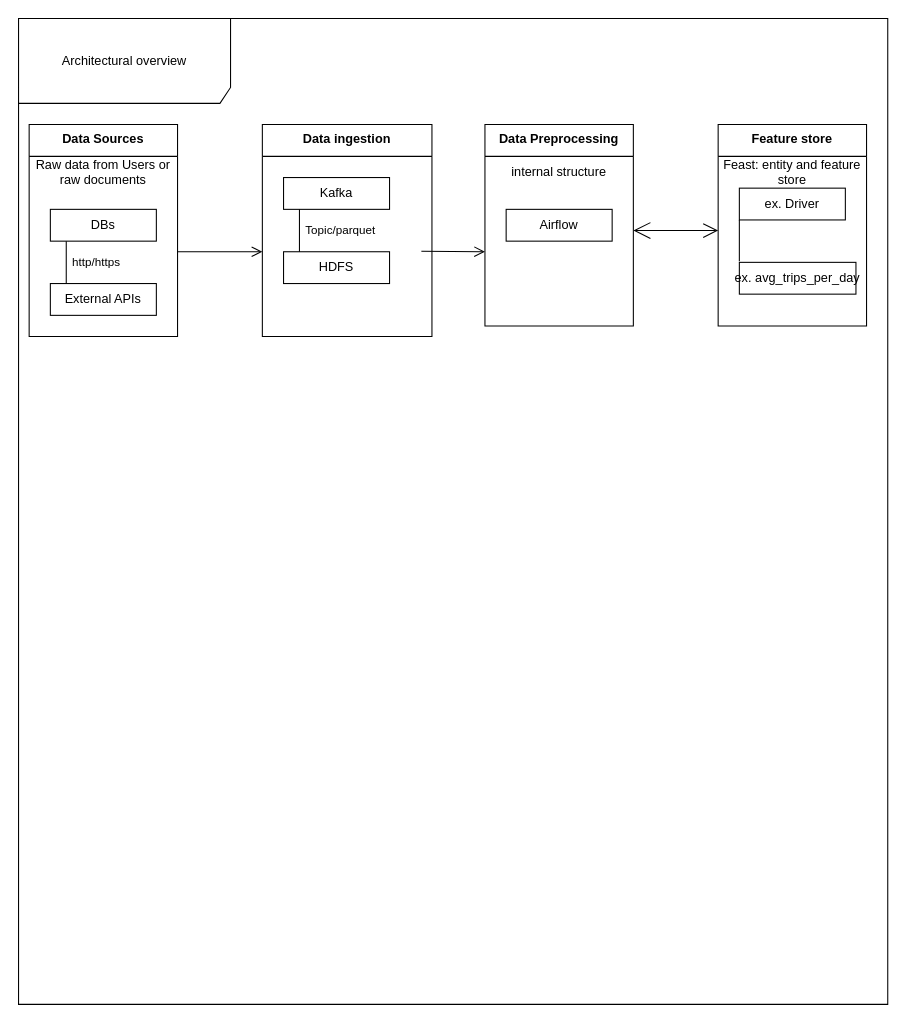
Above: Untitled Diagram.drawio in Sabutobi/vs_code_setup (draw.io), before the change. Source tidied: cells renumbered, new cells numbered last; positions are measured from the earlier drawing's top-left corner, leaving out a move shared by most shapes. Both pictures are drawn from the tidied source at 106%, with x=0, y=0 at pixel (18, 18).
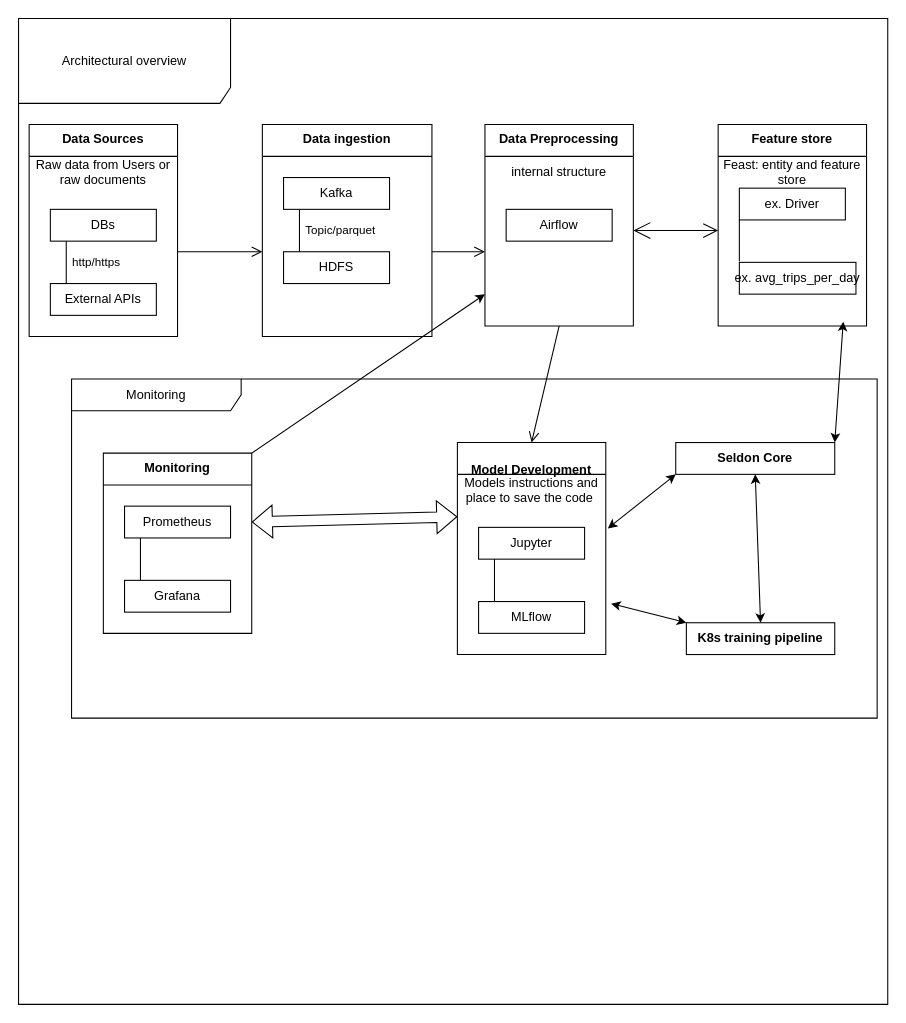
After the change.

The change refers to these unchanged cells:
```xml
<mxCell id="2" value="Architectural overview" style="shape=umlFrame;whiteSpace=wrap;html=1;width=200;height=80;" parent="1" vertex="1">
  <mxGeometry width="820" height="930" as="geometry" />
</mxCell>
<mxCell id="16" style="swimlane;fontStyle=1;align=center;verticalAlign=top;horizontal=1;startSize=0;html=1;strokeColor=none;fillColor=none;" parent="14" vertex="1">
  <mxGeometry y="60" width="140" height="130" as="geometry" />
</mxCell>
<mxCell id="22" style="swimlane;fontStyle=1;align=center;verticalAlign=top;horizontal=1;startSize=0;html=1;strokeColor=none;fillColor=none;" parent="20" vertex="1">
  <mxGeometry y="60" width="140" height="130" as="geometry" />
</mxCell>
```

What changed in the source:
```diff
@@
     <mxCell id="19" style="endArrow=open;startArrow=none;endFill=0;startFill=0;endSize=8;html=1;verticalAlign=bottom;labelBackgroundColor=none;strokeWidth=1;rounded=0;" parent="2" edge="1">
       <mxGeometry relative="1" as="geometry">
-        <mxPoint x="380" y="219.5" as="sourcePoint" />
+        <mxPoint x="390" y="220" as="sourcePoint" />
         <mxPoint x="440" y="220" as="targetPoint" />
       </mxGeometry>
     </mxCell>
@@
+    <mxCell id="27" style="endArrow=open;startArrow=none;endFill=0;startFill=0;endSize=8;html=1;verticalAlign=bottom;labelBackgroundColor=none;strokeWidth=1;rounded=0;exitX=0.5;exitY=1;exitDx=0;exitDy=0;entryX=0.5;entryY=0;entryDx=0;entryDy=0;" parent="2" edge="1" source="16" target="29">
+      <mxGeometry relative="1" as="geometry" />
+    </mxCell>
+    <mxCell id="28" value="Monitoring" style="shape=umlFrame;whiteSpace=wrap;html=1;width=160;" parent="2" vertex="1">
+      <mxGeometry x="50" y="340" width="760" height="320" as="geometry" />
+    </mxCell>
+    <mxCell id="29" value="&lt;p style=&quot;white-space-collapse: preserve;&quot; dir=&quot;auto&quot;&gt;Model Development&lt;/p&gt;" style="swimlane;fontStyle=1;align=center;verticalAlign=top;horizontal=1;startSize=30;html=1;whiteSpace=wrap;" parent="28" vertex="1">
+      <mxGeometry x="364" y="60" width="140" height="200" as="geometry" />
+    </mxCell>
+    <mxCell id="30" value="Models instructions and place to save the code&amp;nbsp;" style="html=1;strokeColor=none;fillColor=none;align=center;verticalAlign=middle;spacingLeft=4;spacingRight=4;whiteSpace=wrap;" parent="29" vertex="1">
+      <mxGeometry y="30" width="140" height="30" as="geometry" />
+    </mxCell>
+    <mxCell id="31" style="swimlane;fontStyle=1;align=center;verticalAlign=top;horizontal=1;startSize=0;html=1;strokeColor=none;fillColor=none;" parent="29" vertex="1">
+      <mxGeometry y="60" width="140" height="140" as="geometry" />
+    </mxCell>
+    <mxCell id="32" value="&lt;p style=&quot;white-space-collapse: preserve;&quot; dir=&quot;auto&quot;&gt;Jupyter&lt;/p&gt;" style="html=1;align=center;verticalAlign=middle;whiteSpace=wrap;" parent="31" vertex="1">
+      <mxGeometry width="100" height="30" relative="1" as="geometry">
+        <mxPoint x="20" y="20" as="offset" />
+      </mxGeometry>
+    </mxCell>
+    <mxCell id="33" value="MLflow" style="html=1;align=center;verticalAlign=middle;whiteSpace=wrap;" parent="31" vertex="1">
+      <mxGeometry width="100" height="30" relative="1" as="geometry">
+        <mxPoint x="20" y="90" as="offset" />
+      </mxGeometry>
+    </mxCell>
+    <mxCell id="34" style="edgeStyle=none;endArrow=none;verticalAlign=middle;labelBackgroundColor=none;endSize=12;html=1;align=left;endFill=0;exitX=0.15;exitY=1;entryX=0.15;entryY=0;spacingLeft=4;rounded=0;" parent="31" edge="1" source="32" target="33">
+      <mxGeometry relative="1" as="geometry" />
+    </mxCell>
+    <mxCell id="35" value="K8s training pipeline" style="fontStyle=1;whiteSpace=wrap;html=1;" parent="28" vertex="1">
+      <mxGeometry x="580" y="230" width="140" height="30" as="geometry" />
+    </mxCell>
+    <mxCell id="36" value=" Seldon Core" style="fontStyle=1;whiteSpace=wrap;html=1;" parent="28" vertex="1">
+      <mxGeometry x="570" y="60" width="150" height="30" as="geometry" />
+    </mxCell>
+    <mxCell id="37" style="shape=flexArrow;endArrow=classic;startArrow=classic;html=1;rounded=0;exitX=1;exitY=0.25;exitDx=0;exitDy=0;" parent="28" edge="1" source="43">
+      <mxGeometry relative="1" as="geometry">
+        <mxPoint x="364" y="130" as="targetPoint" />
+      </mxGeometry>
+    </mxCell>
+    <mxCell id="38" style="endArrow=classic;startArrow=classic;html=1;rounded=0;exitX=0.5;exitY=0;exitDx=0;exitDy=0;entryX=0.5;entryY=1;entryDx=0;entryDy=0;" parent="28" edge="1" source="35" target="36">
+      <mxGeometry relative="1" as="geometry" />
+    </mxCell>
+    <mxCell id="39" style="endArrow=classic;startArrow=classic;html=1;rounded=0;exitX=1.036;exitY=0.657;exitDx=0;exitDy=0;exitPerimeter=0;entryX=0;entryY=0;entryDx=0;entryDy=0;" parent="28" edge="1" source="31" target="35">
+      <mxGeometry relative="1" as="geometry" />
+    </mxCell>
+    <mxCell id="40" style="endArrow=classic;startArrow=classic;html=1;rounded=0;exitX=1.014;exitY=0.15;exitDx=0;exitDy=0;exitPerimeter=0;entryX=0;entryY=1;entryDx=0;entryDy=0;" parent="28" edge="1" source="31" target="36">
+      <mxGeometry relative="1" as="geometry" />
+    </mxCell>
+    <mxCell id="41" style="endArrow=classic;startArrow=classic;html=1;rounded=0;exitX=1;exitY=0;exitDx=0;exitDy=0;entryX=0.843;entryY=0.969;entryDx=0;entryDy=0;entryPerimeter=0;" parent="2" edge="1" source="36" target="22">
+      <mxGeometry relative="1" as="geometry" />
+    </mxCell>
+    <mxCell id="42" value="Monitoring" style="swimlane;fontStyle=1;align=center;verticalAlign=top;horizontal=1;startSize=30;html=1;whiteSpace=wrap;" parent="1" vertex="1">
+      <mxGeometry x="80" y="410" width="140" height="170" as="geometry" />
+    </mxCell>
+    <mxCell id="43" style="swimlane;fontStyle=1;align=center;verticalAlign=top;horizontal=1;startSize=0;html=1;strokeColor=none;fillColor=none;" parent="42" vertex="1">
+      <mxGeometry y="30" width="140" height="140" as="geometry" />
+    </mxCell>
+    <mxCell id="44" value="&lt;p style=&quot;white-space-collapse: preserve;&quot; dir=&quot;auto&quot;&gt;Prometheus&lt;/p&gt;" style="html=1;align=center;verticalAlign=middle;whiteSpace=wrap;" parent="43" vertex="1">
+      <mxGeometry width="100" height="30" relative="1" as="geometry">
+        <mxPoint x="20" y="20" as="offset" />
+      </mxGeometry>
+    </mxCell>
+    <mxCell id="45" value="&lt;p style=&quot;white-space-collapse: preserve;&quot; dir=&quot;auto&quot;&gt;Grafana&lt;/p&gt;" style="html=1;align=center;verticalAlign=middle;whiteSpace=wrap;" parent="43" vertex="1">
+      <mxGeometry width="100" height="30" relative="1" as="geometry">
+        <mxPoint x="20" y="90" as="offset" />
+      </mxGeometry>
+    </mxCell>
+    <mxCell id="46" style="edgeStyle=none;endArrow=none;verticalAlign=middle;labelBackgroundColor=none;endSize=12;html=1;align=left;endFill=0;exitX=0.15;exitY=1;entryX=0.15;entryY=0;spacingLeft=4;rounded=0;" parent="43" edge="1" source="44" target="45">
+      <mxGeometry relative="1" as="geometry" />
+    </mxCell>
+    <mxCell id="47" style="endArrow=classic;html=1;rounded=0;exitX=1;exitY=0;exitDx=0;exitDy=0;" parent="1" edge="1" source="42">
+      <mxGeometry relative="1" as="geometry">
+        <mxPoint x="440" y="260" as="targetPoint" />
+      </mxGeometry>
+    </mxCell>
```
